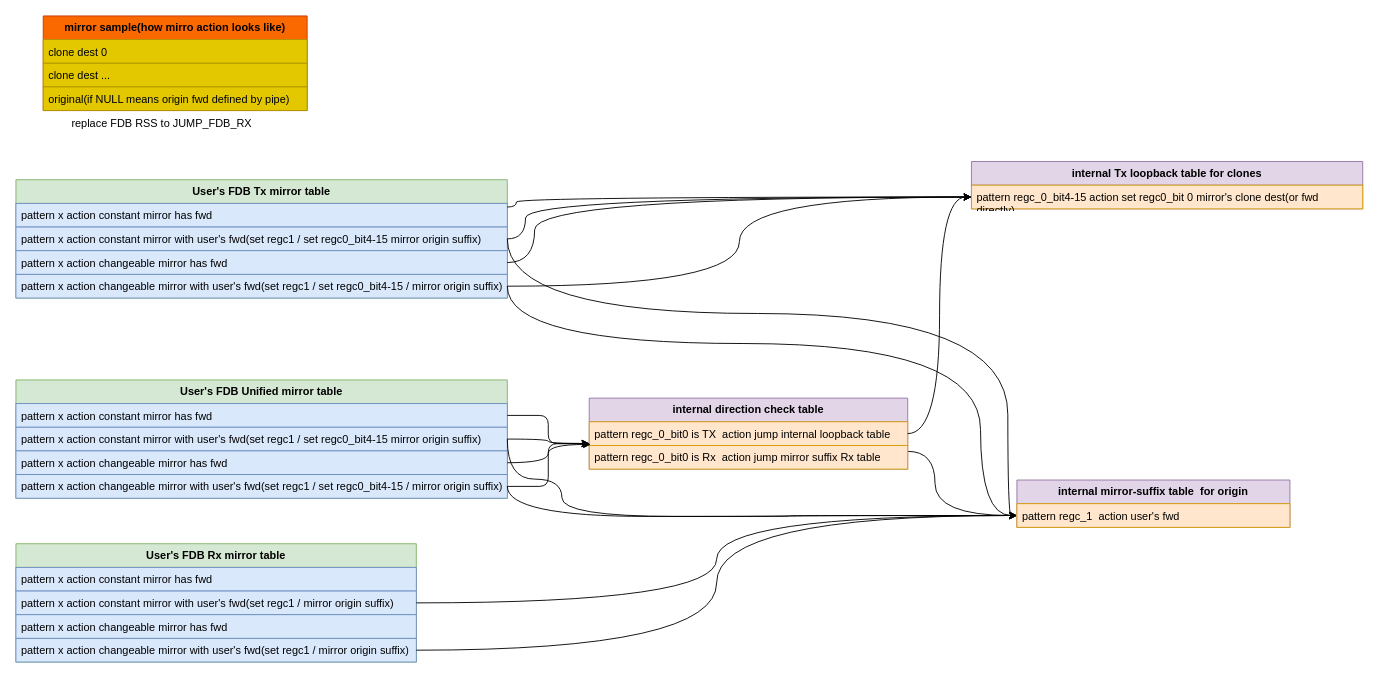
Above: page "mirror" (5 of 5) of Untitled Diagram.drawio in smou-mlnx/draw (draw.io), before the change. Source tidied: cells renumbered, new cells numbered last; positions are measured from the earlier drawing's top-left corner, leaving out a move shared by most shapes. Both pictures are drawn from the tidied source at 91%, with x=0, y=0 at pixel (15, 15).
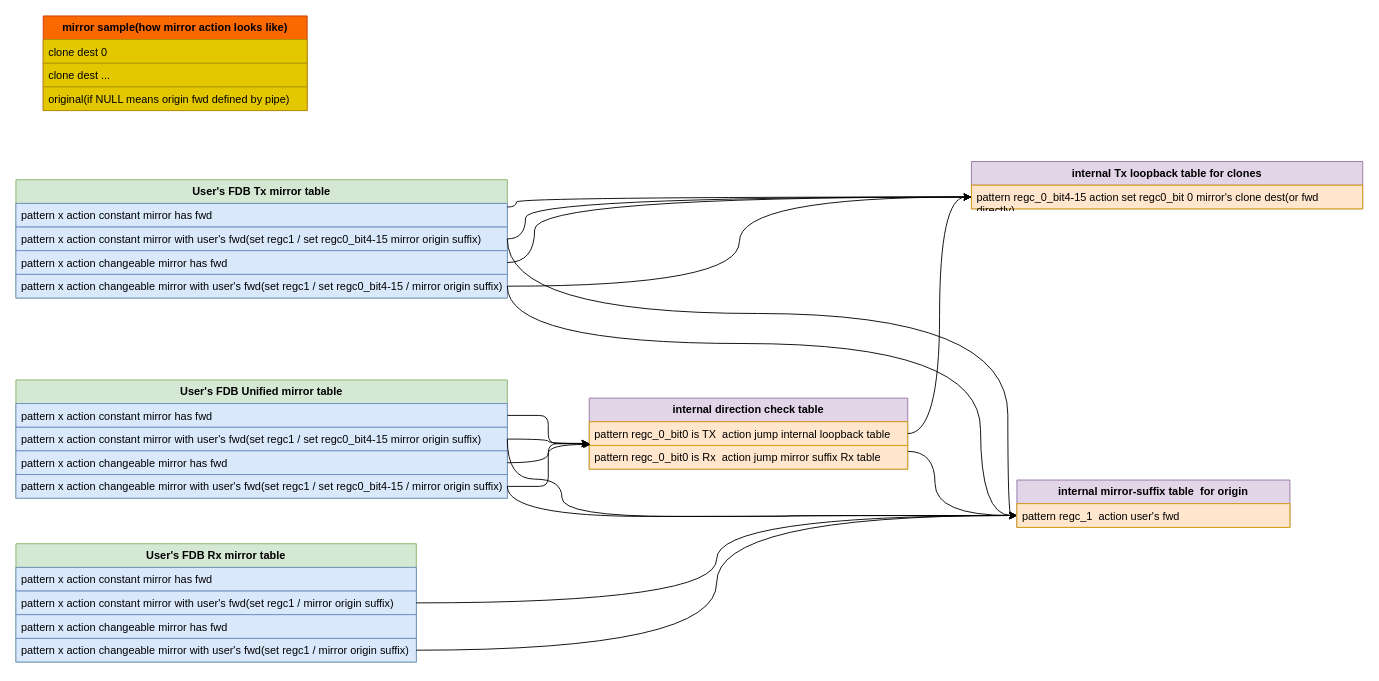
The same page after the edit.

The edit, as a diff of the source:
```diff
@@
-    <mxCell id="9" value="&lt;b&gt;mirror sample(how mirro action looks like)&lt;br&gt;&lt;/b&gt;" style="swimlane;fontStyle=0;horizontal=1;startSize=26;whiteSpace=wrap;html=1;fillColor=#fa6800;strokeColor=#C73500;fontColor=#000000;" parent="1" vertex="1">
+    <mxCell id="9" value="&lt;b&gt;mirror sample(how mirror action looks like)&lt;br&gt;&lt;/b&gt;" style="swimlane;fontStyle=0;horizontal=1;startSize=26;whiteSpace=wrap;html=1;fillColor=#fa6800;strokeColor=#C73500;fontColor=#000000;" parent="1" vertex="1">
       <mxGeometry x="30" width="290" height="104" as="geometry" />
     </mxCell>
@@
-    <mxCell id="44" value="replace FDB RSS to JUMP_FDB_RX" style="text;html=1;align=center;verticalAlign=middle;strokeColor=none;fillColor=none;" parent="1" vertex="1">
-      <mxGeometry x="50" y="104" width="220" height="30" as="geometry" />
-    </mxCell>
```
